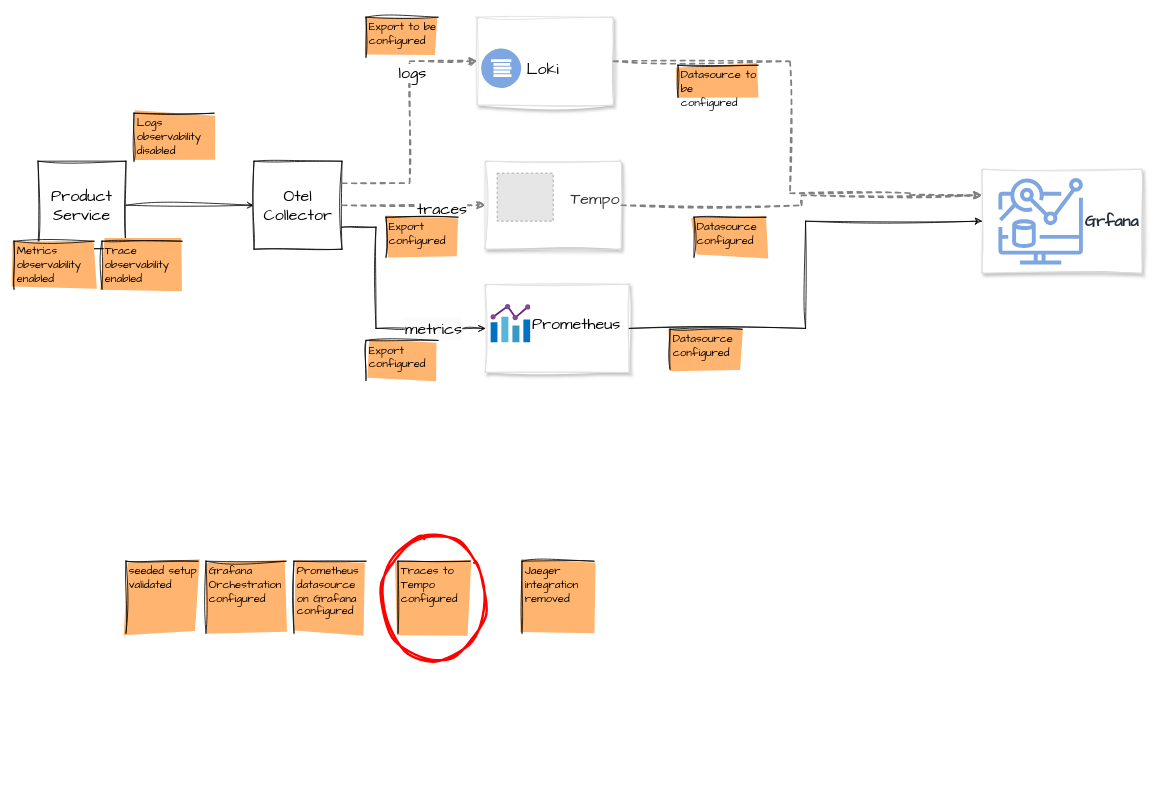
Above: page "Approach" (1 of 4) of otel-standalone-examples/05-otel-prometheus-tempo-loki/notes/event-storming.drawio in mp30028/reference-projects (draw.io), before the change. Source tidied: cells renumbered, new cells numbered last; positions are measured from the earlier drawing's top-left corner, leaving out a move shared by most shapes. Both pictures are drawn from the tidied source at 80%, with x=0, y=0 at pixel (14, 17). Pictures stored in the file or linked from it are replaced by grey dashed boxes.
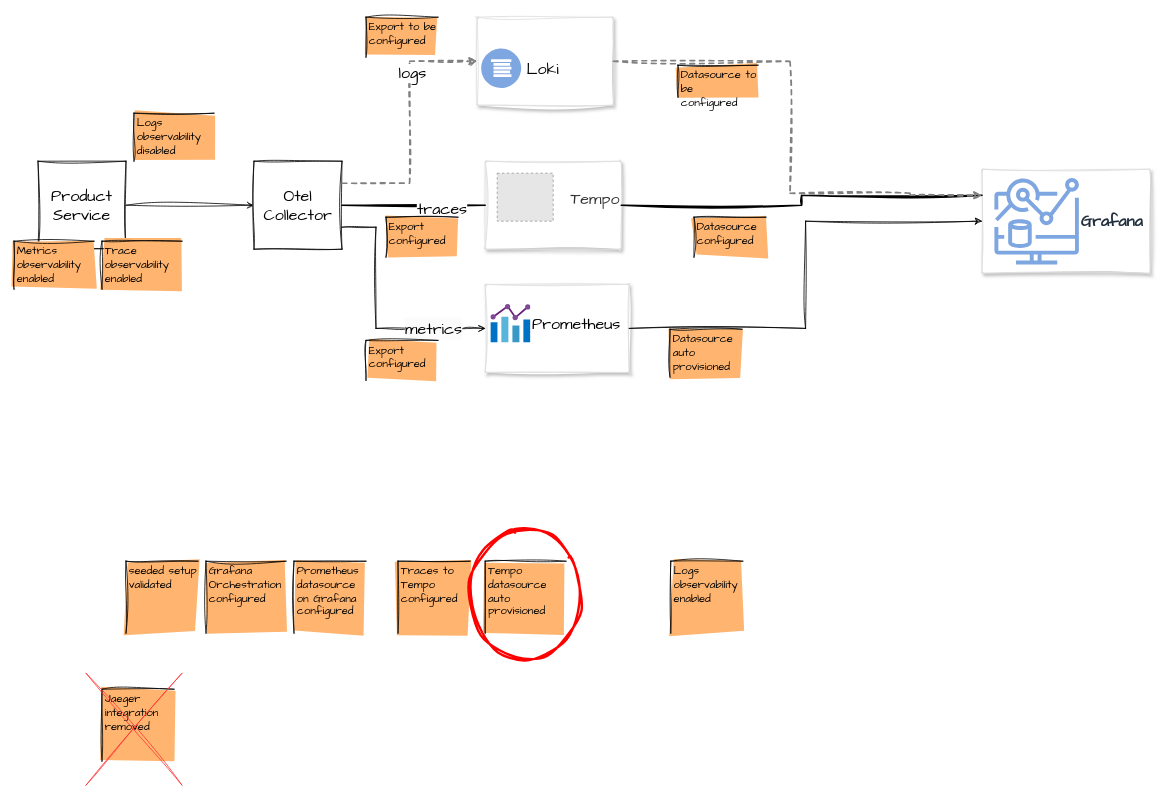
Above is the later version.

Commit message (it also covers changes not shown here):
auto config of tempo datasource setup

Unchanged cells that the change refers to:
```xml
<mxCell id="5" value="Otel Collector" style="whiteSpace=wrap;html=1;sketch=1;hachureGap=4;jiggle=2;curveFitting=1;fontFamily=Architects Daughter;fontSize=20;" parent="1" vertex="1">
  <mxGeometry x="300" y="180" width="110" height="110" as="geometry" />
</mxCell>
<mxCell id="8" style="strokeColor=#dddddd;shadow=1;strokeWidth=1;rounded=1;absoluteArcSize=1;arcSize=2;sketch=1;hachureGap=4;jiggle=2;curveFitting=1;fontFamily=Architects Daughter;fontSize=20;" parent="1" vertex="1">
  <mxGeometry x="589" y="180" width="170" height="110" as="geometry" />
</mxCell>
```

The edit, as a diff of the source:
```diff
@@
-    <mxCell id="15" value="Datasource configured" style="shape=partialRectangle;whiteSpace=wrap;html=1;bottom=0;right=0;fillColor=#FFB570;fontFamily=Comic Sans MS;fontSize=14;spacing=0;sketch=1;curveFitting=1;jiggle=2;fillStyle=solid;verticalAlign=top;align=left;spacingLeft=4;spacingRight=2;" parent="1" vertex="1">
-      <mxGeometry x="820" y="390" width="90" height="50" as="geometry" />
+    <mxCell id="15" value="Datasource auto provisioned" style="shape=partialRectangle;whiteSpace=wrap;html=1;bottom=0;right=0;fillColor=#FFB570;fontFamily=Comic Sans MS;fontSize=14;spacing=0;sketch=1;curveFitting=1;jiggle=2;fillStyle=solid;verticalAlign=top;align=left;spacingLeft=4;spacingRight=2;" parent="1" vertex="1">
+      <mxGeometry x="820" y="390" width="90" height="60" as="geometry" />
     </mxCell>
@@
     <mxCell id="18" value="Jaeger integration removed" style="shape=partialRectangle;whiteSpace=wrap;html=1;bottom=0;right=0;fillColor=#FFB570;fontFamily=Comic Sans MS;fontSize=14;spacing=0;sketch=1;curveFitting=1;jiggle=2;fillStyle=solid;verticalAlign=top;align=left;spacingLeft=4;spacingRight=2;" parent="1" vertex="1">
-      <mxGeometry x="635" y="680" width="90" height="90" as="geometry" />
+      <mxGeometry x="110" y="840" width="90" height="90" as="geometry" />
     </mxCell>
@@
     <mxCell id="20" style="group;" parent="1" vertex="1">
-      <mxGeometry x="1210" y="190" width="200" height="130" as="geometry" />
+      <mxGeometry x="1210" y="190" width="210" height="130" as="geometry" />
     </mxCell>
     <mxCell id="21" style="strokeColor=#dddddd;shadow=1;strokeWidth=1;rounded=1;absoluteArcSize=1;arcSize=2;sketch=1;hachureGap=4;jiggle=2;curveFitting=1;fontFamily=Architects Daughter;fontSize=20;" parent="20" vertex="1">
-      <mxGeometry width="200" height="130" as="geometry" />
+      <mxGeometry width="210" height="130" as="geometry" />
     </mxCell>
-    <mxCell id="22" value="Grfana" style="sketch=0;fontColor=#232F3E;gradientColor=none;fillColor=#7EA6E0;strokeColor=#1A1A1A;dashed=0;verticalLabelPosition=middle;verticalAlign=middle;align=left;html=1;fontSize=20;fontStyle=1;shape=mxgraph.aws4.cloudwatch_metrics_insights;hachureGap=4;jiggle=2;curveFitting=1;fontFamily=Architects Daughter;labelPosition=right;" parent="20" vertex="1">
-      <mxGeometry x="20" y="11" width="106.6" height="108" as="geometry" />
+    <mxCell id="22" value="Grafana" style="sketch=0;fontColor=#232F3E;gradientColor=none;fillColor=#7EA6E0;strokeColor=#1A1A1A;dashed=0;verticalLabelPosition=middle;verticalAlign=middle;align=left;html=1;fontSize=20;fontStyle=1;shape=mxgraph.aws4.cloudwatch_metrics_insights;hachureGap=4;jiggle=2;curveFitting=1;fontFamily=Architects Daughter;labelPosition=right;" parent="20" vertex="1">
+      <mxGeometry x="15" y="11" width="106.6" height="108" as="geometry" />
     </mxCell>
@@
-    <mxCell id="24" style="edgeStyle=orthogonalEdgeStyle;rounded=0;sketch=1;hachureGap=4;jiggle=2;curveFitting=1;jettySize=auto;html=1;fontFamily=Architects Daughter;fontSize=20;strokeWidth=2;dashed=1;strokeColor=#808080;entryX=0;entryY=0.25;entryDx=0;entryDy=0;exitX=1;exitY=0.5;exitDx=0;exitDy=0;" parent="1" edge="1" source="8" target="21">
+    <mxCell id="24" style="edgeStyle=orthogonalEdgeStyle;rounded=0;sketch=1;hachureGap=4;jiggle=2;curveFitting=1;jettySize=auto;html=1;fontFamily=Architects Daughter;fontSize=20;strokeWidth=2;strokeColor=default;entryX=0;entryY=0.25;entryDx=0;entryDy=0;exitX=1;exitY=0.5;exitDx=0;exitDy=0;endArrow=none;endFill=0;" parent="1" edge="1" source="8" target="21">
       <mxGeometry relative="1" as="geometry" />
     </mxCell>
-    <mxCell id="25" style="edgeStyle=orthogonalEdgeStyle;rounded=0;sketch=1;hachureGap=4;jiggle=2;curveFitting=1;jettySize=auto;html=1;fontFamily=Architects Daughter;fontSize=20;strokeWidth=2;dashed=1;strokeColor=#808080;entryX=0;entryY=0.5;entryDx=0;entryDy=0;exitX=1;exitY=0.5;exitDx=0;exitDy=0;" parent="1" edge="1" source="5" target="8">
+    <mxCell id="25" style="edgeStyle=orthogonalEdgeStyle;rounded=0;sketch=1;hachureGap=4;jiggle=2;curveFitting=1;jettySize=auto;html=1;fontFamily=Architects Daughter;fontSize=20;strokeWidth=2;strokeColor=default;entryX=0;entryY=0.5;entryDx=0;entryDy=0;exitX=1;exitY=0.5;exitDx=0;exitDy=0;endArrow=none;endFill=0;" parent="1" edge="1" source="5" target="8">
       <mxGeometry relative="1" as="geometry" />
     </mxCell>
@@
     <mxCell id="37" style="ellipse;whiteSpace=wrap;html=1;sketch=1;hachureGap=4;jiggle=2;curveFitting=1;fontFamily=Architects Daughter;fontSize=20;fillColor=none;strokeWidth=3;strokeColor=#FF0000;" parent="1" vertex="1">
-      <mxGeometry x="460" y="648" width="130" height="157" as="geometry" />
+      <mxGeometry x="570" y="640" width="139" height="163.5" as="geometry" />
     </mxCell>
@@
+    <mxCell id="40" style="group;" parent="1" vertex="1">
+      <mxGeometry x="90" y="820" width="120" height="140" as="geometry" />
+    </mxCell>
+    <mxCell id="41" style="endArrow=none;html=1;rounded=0;sketch=1;hachureGap=4;jiggle=2;curveFitting=1;fontFamily=Architects Daughter;fontSize=16;strokeColor=#FF3333;" parent="40" edge="1">
+      <mxGeometry relative="1" as="geometry">
+        <mxPoint y="140" as="sourcePoint" />
+        <mxPoint x="120" as="targetPoint" />
+      </mxGeometry>
+    </mxCell>
+    <mxCell id="42" style="endArrow=none;html=1;rounded=0;sketch=1;hachureGap=4;jiggle=2;curveFitting=1;fontFamily=Architects Daughter;fontSize=16;strokeColor=#FF3333;" parent="40" edge="1">
+      <mxGeometry relative="1" as="geometry">
+        <mxPoint x="120" y="140" as="sourcePoint" />
+        <mxPoint as="targetPoint" />
+      </mxGeometry>
+    </mxCell>
+    <mxCell id="43" value="Logs observability enabled" style="shape=partialRectangle;whiteSpace=wrap;html=1;bottom=0;right=0;fillColor=#FFB570;fontFamily=Comic Sans MS;fontSize=14;spacing=0;sketch=1;curveFitting=1;jiggle=2;fillStyle=solid;verticalAlign=top;align=left;spacingLeft=4;spacingRight=2;" parent="1" vertex="1">
+      <mxGeometry x="821" y="680" width="90" height="90" as="geometry" />
+    </mxCell>
+    <mxCell id="44" value="Tempo datasource auto provisioned" style="shape=partialRectangle;whiteSpace=wrap;html=1;bottom=0;right=0;fillColor=#FFB570;fontFamily=Comic Sans MS;fontSize=14;spacing=0;sketch=1;curveFitting=1;jiggle=2;fillStyle=solid;verticalAlign=top;align=left;spacingLeft=4;spacingRight=2;" parent="1" vertex="1">
+      <mxGeometry x="589" y="680" width="101" height="90" as="geometry" />
+    </mxCell>
```
